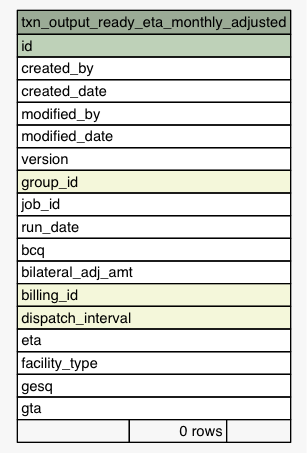
Earlier version of the Graphviz export Data/settlement/diagrams/summary/txn_output_ready_eta_monthly_adjusted.1degree.png (eyana-m/python-data-dictionary-writer). Its source is kept beside it as Data/settlement/diagrams/summary/txn_output_ready_eta_monthly_adjusted.1degree.dot.
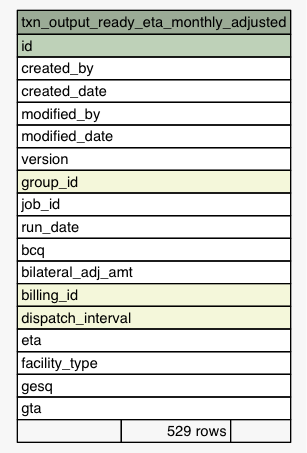
The same diagram one commit later.

Change to the diagram source:
```diff
@@ -36,7 +36,7 @@
       <TR><TD PORT="facility_type" COLSPAN="3" ALIGN="LEFT">facility_type</TD></TR>
       <TR><TD PORT="gesq" COLSPAN="3" ALIGN="LEFT">gesq</TD></TR>
       <TR><TD PORT="gta" COLSPAN="3" ALIGN="LEFT">gta</TD></TR>
-      <TR><TD ALIGN="LEFT" BGCOLOR="#f7f7f7">  </TD><TD ALIGN="RIGHT" BGCOLOR="#f7f7f7">0 rows</TD><TD ALIGN="RIGHT" BGCOLOR="#f7f7f7">  </TD></TR>
+      <TR><TD ALIGN="LEFT" BGCOLOR="#f7f7f7">  </TD><TD ALIGN="RIGHT" BGCOLOR="#f7f7f7">529 rows</TD><TD ALIGN="RIGHT" BGCOLOR="#f7f7f7">  </TD></TR>
     </TABLE>>
     URL="tables/txn_output_ready_eta_monthly_adjusted.html"
     tooltip="txn_output_ready_eta_monthly_adjusted"
```
